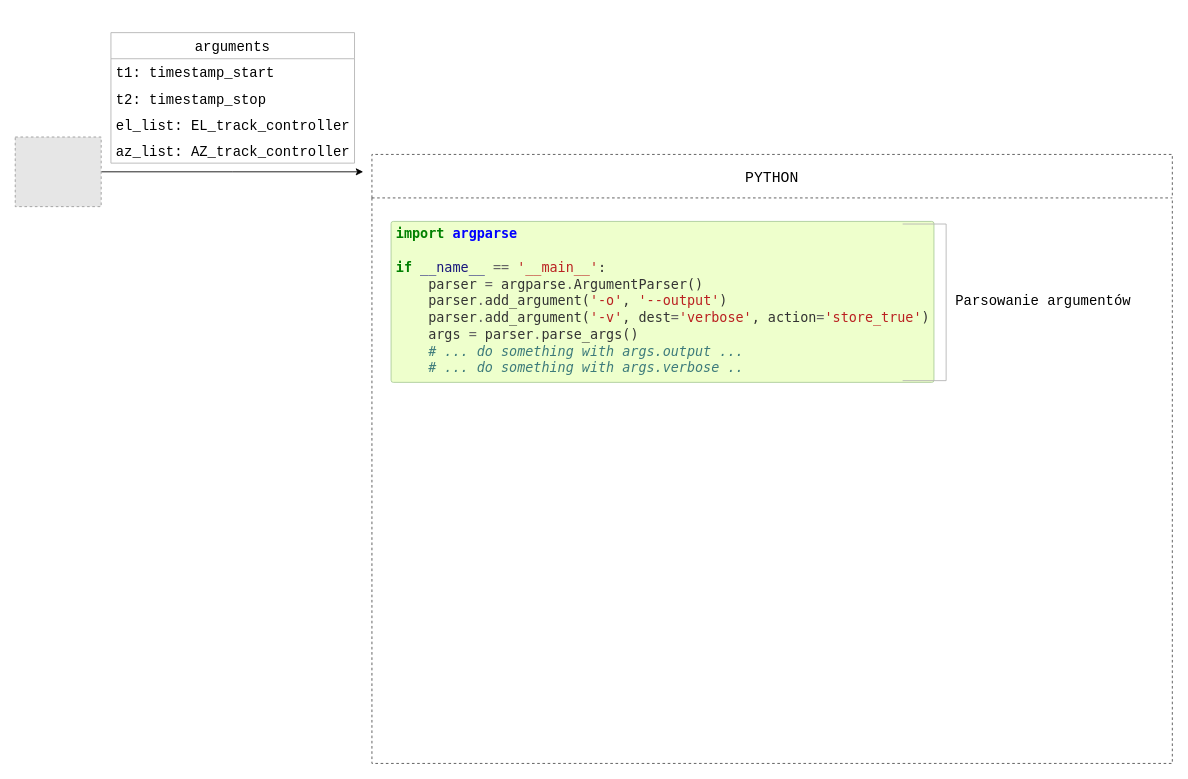
Earlier version of the draw.io diagram Graphs/ReaperPython.drawio (odwrocsie/magisterka). Source tidied: cells renumbered, new cells numbered last; positions are measured from the earlier drawing's top-left corner, leaving out a move shared by most shapes. Both pictures are drawn from the tidied source at 87%, with x=0, y=0 at pixel (15, 32). Pictures stored in the file or linked from it are replaced by grey dashed boxes.
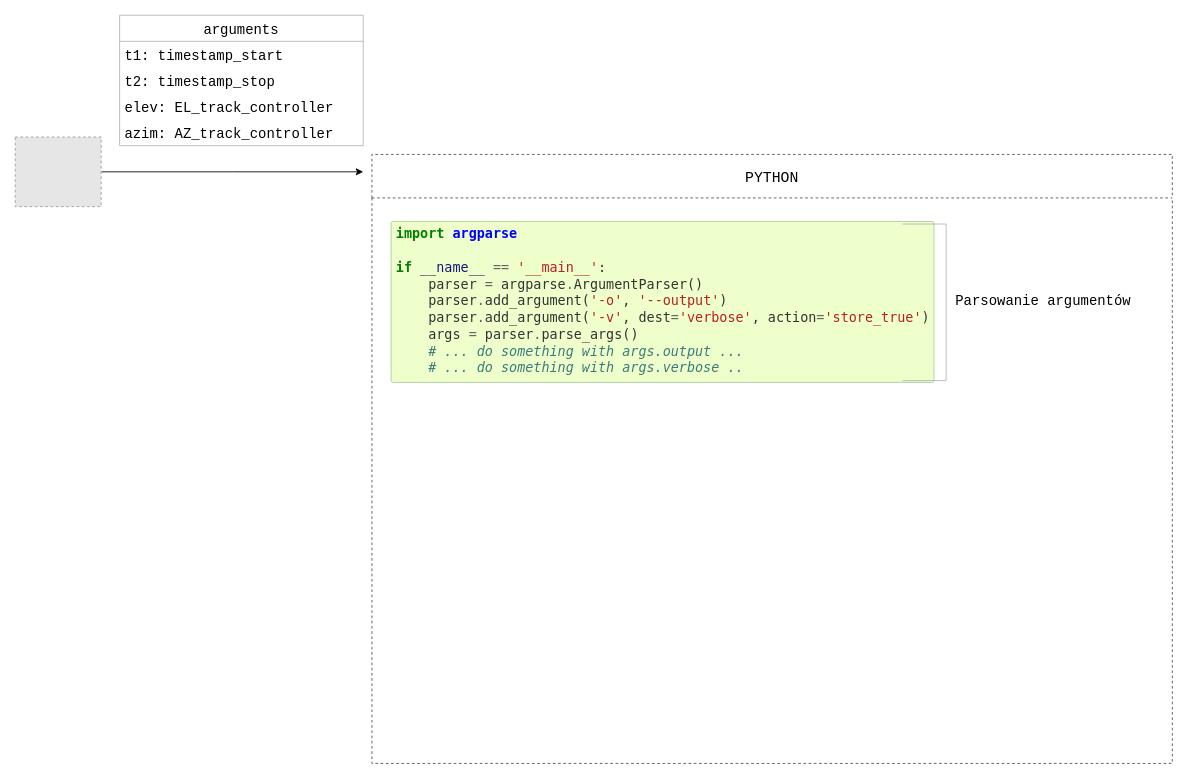
Above is the later version.

The edit, as a diff of the source:
```diff
@@
 <mxGraphModel>
   <root>
     <mxCell id="0" />
     <mxCell id="1" parent="0" />
     <mxCell id="2" style="edgeStyle=orthogonalEdgeStyle;rounded=0;jettySize=auto;html=1;fontFamily=Courier New;fontSize=17;" parent="1" edge="1" source="3">
       <mxGeometry relative="1" as="geometry">
         <mxPoint x="400" y="160" as="targetPoint" />
       </mxGeometry>
     </mxCell>
     <mxCell id="3" style="fillColor=#E6E6E6;strokeColor=#999999;dashed=1;verticalLabelPosition=bottom;labelBackgroundColor=default;verticalAlign=top;" parent="1" vertex="1">
       <mxGeometry y="120" width="98.8" height="80" as="geometry" />
     </mxCell>
     <mxCell id="4" value="PYTHON" style="swimlane;dashed=1;strokeColor=#4D4D4D;fillColor=none;startSize=50;fontSize=17;fontFamily=Courier New;fontStyle=0;" parent="1" vertex="1">
       <mxGeometry x="410" y="140" width="920" height="700" as="geometry" />
     </mxCell>
     <mxCell id="5" value="&lt;pre style=&quot;overflow: auto hidden ; clear: both ; padding: 5px ; background-color: rgb(238 , 255 , 204) ; color: rgb(51 , 51 , 51) ; line-height: 19.3px ; border: 1px solid rgb(170 , 204 , 153) ; font-family: &amp;#34;monospace&amp;#34; , monospace ; font-size: 15.44px ; margin: 0px ; border-radius: 3px ; font-style: normal ; font-weight: 400 ; letter-spacing: normal ; text-indent: 0px ; text-transform: none ; word-spacing: 0px&quot;&gt;&lt;span class=&quot;kn&quot; style=&quot;color: rgb(0 , 128 , 0) ; font-weight: bold&quot;&gt;import&lt;/span&gt; &lt;span class=&quot;nn&quot; style=&quot;color: rgb(0 , 0 , 255) ; font-weight: bold&quot;&gt;argparse&lt;/span&gt;&lt;br&gt;&lt;span class=&quot;k&quot; style=&quot;color: rgb(0 , 128 , 0) ; font-weight: bold&quot;&gt;&lt;br/&gt;if&lt;/span&gt; &lt;span class=&quot;vm&quot; style=&quot;color: rgb(25 , 23 , 124)&quot;&gt;__name__&lt;/span&gt; &lt;span class=&quot;o&quot; style=&quot;color: rgb(102 , 102 , 102)&quot;&gt;==&lt;/span&gt; &lt;span class=&quot;s1&quot; style=&quot;color: rgb(186 , 33 , 33)&quot;&gt;'__main__'&lt;/span&gt;&lt;span class=&quot;p&quot;&gt;:&lt;/span&gt;&lt;br&gt;    &lt;span class=&quot;n&quot;&gt;parser&lt;/span&gt; &lt;span class=&quot;o&quot; style=&quot;color: rgb(102 , 102 , 102)&quot;&gt;=&lt;/span&gt; &lt;span class=&quot;n&quot;&gt;argparse&lt;/span&gt;&lt;span class=&quot;o&quot; style=&quot;color: rgb(102 , 102 , 102)&quot;&gt;.&lt;/span&gt;&lt;span class=&quot;n&quot;&gt;ArgumentParser&lt;/span&gt;&lt;span class=&quot;p&quot;&gt;()&lt;/span&gt;&lt;br&gt;    &lt;span class=&quot;n&quot;&gt;parser&lt;/span&gt;&lt;span class=&quot;o&quot; style=&quot;color: rgb(102 , 102 , 102)&quot;&gt;.&lt;/span&gt;&lt;span class=&quot;n&quot;&gt;add_argument&lt;/span&gt;&lt;span class=&quot;p&quot;&gt;(&lt;/span&gt;&lt;span class=&quot;s1&quot; style=&quot;color: rgb(186 , 33 , 33)&quot;&gt;'-o'&lt;/span&gt;&lt;span class=&quot;p&quot;&gt;,&lt;/span&gt; &lt;span class=&quot;s1&quot; style=&quot;color: rgb(186 , 33 , 33)&quot;&gt;'--output'&lt;/span&gt;&lt;span class=&quot;p&quot;&gt;)&lt;/span&gt;&lt;br&gt;    &lt;span class=&quot;n&quot;&gt;parser&lt;/span&gt;&lt;span class=&quot;o&quot; style=&quot;color: rgb(102 , 102 , 102)&quot;&gt;.&lt;/span&gt;&lt;span class=&quot;n&quot;&gt;add_argument&lt;/span&gt;&lt;span class=&quot;p&quot;&gt;(&lt;/span&gt;&lt;span class=&quot;s1&quot; style=&quot;color: rgb(186 , 33 , 33)&quot;&gt;'-v'&lt;/span&gt;&lt;span class=&quot;p&quot;&gt;,&lt;/span&gt; &lt;span class=&quot;n&quot;&gt;dest&lt;/span&gt;&lt;span class=&quot;o&quot; style=&quot;color: rgb(102 , 102 , 102)&quot;&gt;=&lt;/span&gt;&lt;span class=&quot;s1&quot; style=&quot;color: rgb(186 , 33 , 33)&quot;&gt;'verbose'&lt;/span&gt;&lt;span class=&quot;p&quot;&gt;,&lt;/span&gt; &lt;span class=&quot;n&quot;&gt;action&lt;/span&gt;&lt;span class=&quot;o&quot; style=&quot;color: rgb(102 , 102 , 102)&quot;&gt;=&lt;/span&gt;&lt;span class=&quot;s1&quot; style=&quot;color: rgb(186 , 33 , 33)&quot;&gt;'store_true'&lt;/span&gt;&lt;span class=&quot;p&quot;&gt;)&lt;/span&gt;&lt;br&gt;    &lt;span class=&quot;n&quot;&gt;args&lt;/span&gt; &lt;span class=&quot;o&quot; style=&quot;color: rgb(102 , 102 , 102)&quot;&gt;=&lt;/span&gt; &lt;span class=&quot;n&quot;&gt;parser&lt;/span&gt;&lt;span class=&quot;o&quot; style=&quot;color: rgb(102 , 102 , 102)&quot;&gt;.&lt;/span&gt;&lt;span class=&quot;n&quot;&gt;parse_args&lt;/span&gt;&lt;span class=&quot;p&quot;&gt;()&lt;/span&gt;&lt;br&gt;    &lt;span class=&quot;c1&quot; style=&quot;color: rgb(61 , 123 , 123) ; font-style: italic&quot;&gt;# ... do something with args.output ...&lt;/span&gt;&lt;br&gt;    &lt;span class=&quot;c1&quot; style=&quot;color: rgb(61 , 123 , 123) ; font-style: italic&quot;&gt;# ... do something with args.verbose ..&lt;/span&gt;&lt;/pre&gt;" style="text;whiteSpace=wrap;html=1;fontSize=12;fontFamily=Courier New;" parent="4" vertex="1">
       <mxGeometry x="20" y="70" width="550" height="220" as="geometry" />
     </mxCell>
     <mxCell id="6" value="Parsowanie argumentów" style="strokeWidth=1;html=1;shape=mxgraph.flowchart.annotation_1;align=left;shadow=0;labelBorderColor=none;fontFamily=Courier New;fontSize=16;fillColor=none;direction=west;strokeColor=#B3B3B3;fontColor=default;verticalAlign=middle;spacing=61;" parent="4" vertex="1">
       <mxGeometry x="610" y="80" width="50" height="180" as="geometry" />
     </mxCell>
     <mxCell id="7" value="arguments" style="swimlane;fontStyle=0;horizontal=1;startSize=30;shadow=0;labelBorderColor=none;fontFamily=Courier New;fontSize=16;fontColor=default;strokeColor=#B3B3B3;strokeWidth=1;fillColor=none;" parent="1" vertex="1">
-      <mxGeometry x="110" width="280" height="150" as="geometry" />
+      <mxGeometry x="120" y="-20" width="280" height="150" as="geometry" />
     </mxCell>
     <mxCell id="8" value="t1: timestamp_start" style="text;strokeColor=none;fillColor=none;align=left;verticalAlign=middle;spacingLeft=4;spacingRight=4;overflow=hidden;shadow=0;labelBorderColor=none;fontFamily=Courier New;fontSize=16;fontColor=default;" parent="7" vertex="1">
       <mxGeometry y="30" width="280" height="30" as="geometry" />
     </mxCell>
     <mxCell id="9" value="t2: timestamp_stop" style="text;strokeColor=none;fillColor=none;align=left;verticalAlign=middle;spacingLeft=4;spacingRight=4;overflow=hidden;shadow=0;labelBorderColor=none;fontFamily=Courier New;fontSize=16;fontColor=default;" parent="7" vertex="1">
       <mxGeometry y="60" width="280" height="30" as="geometry" />
     </mxCell>
-    <mxCell id="10" value="el_list: EL_track_controller" style="text;strokeColor=none;fillColor=none;align=left;verticalAlign=middle;spacingLeft=4;spacingRight=4;overflow=hidden;shadow=0;labelBorderColor=none;fontFamily=Courier New;fontSize=16;fontColor=default;" parent="7" vertex="1">
+    <mxCell id="10" value="elev: EL_track_controller" style="text;strokeColor=none;fillColor=none;align=left;verticalAlign=middle;spacingLeft=4;spacingRight=4;overflow=hidden;shadow=0;labelBorderColor=none;fontFamily=Courier New;fontSize=16;fontColor=default;" parent="7" vertex="1">
       <mxGeometry y="90" width="280" height="30" as="geometry" />
     </mxCell>
-    <mxCell id="11" value="az_list: AZ_track_controller" style="text;strokeColor=none;fillColor=none;align=left;verticalAlign=middle;spacingLeft=4;spacingRight=4;overflow=hidden;shadow=0;labelBorderColor=none;fontFamily=Courier New;fontSize=16;fontColor=default;" parent="7" vertex="1">
+    <mxCell id="11" value="azim: AZ_track_controller" style="text;strokeColor=none;fillColor=none;align=left;verticalAlign=middle;spacingLeft=4;spacingRight=4;overflow=hidden;shadow=0;labelBorderColor=none;fontFamily=Courier New;fontSize=16;fontColor=default;" parent="7" vertex="1">
       <mxGeometry y="120" width="280" height="30" as="geometry" />
     </mxCell>
   </root>
 </mxGraphModel>
```
